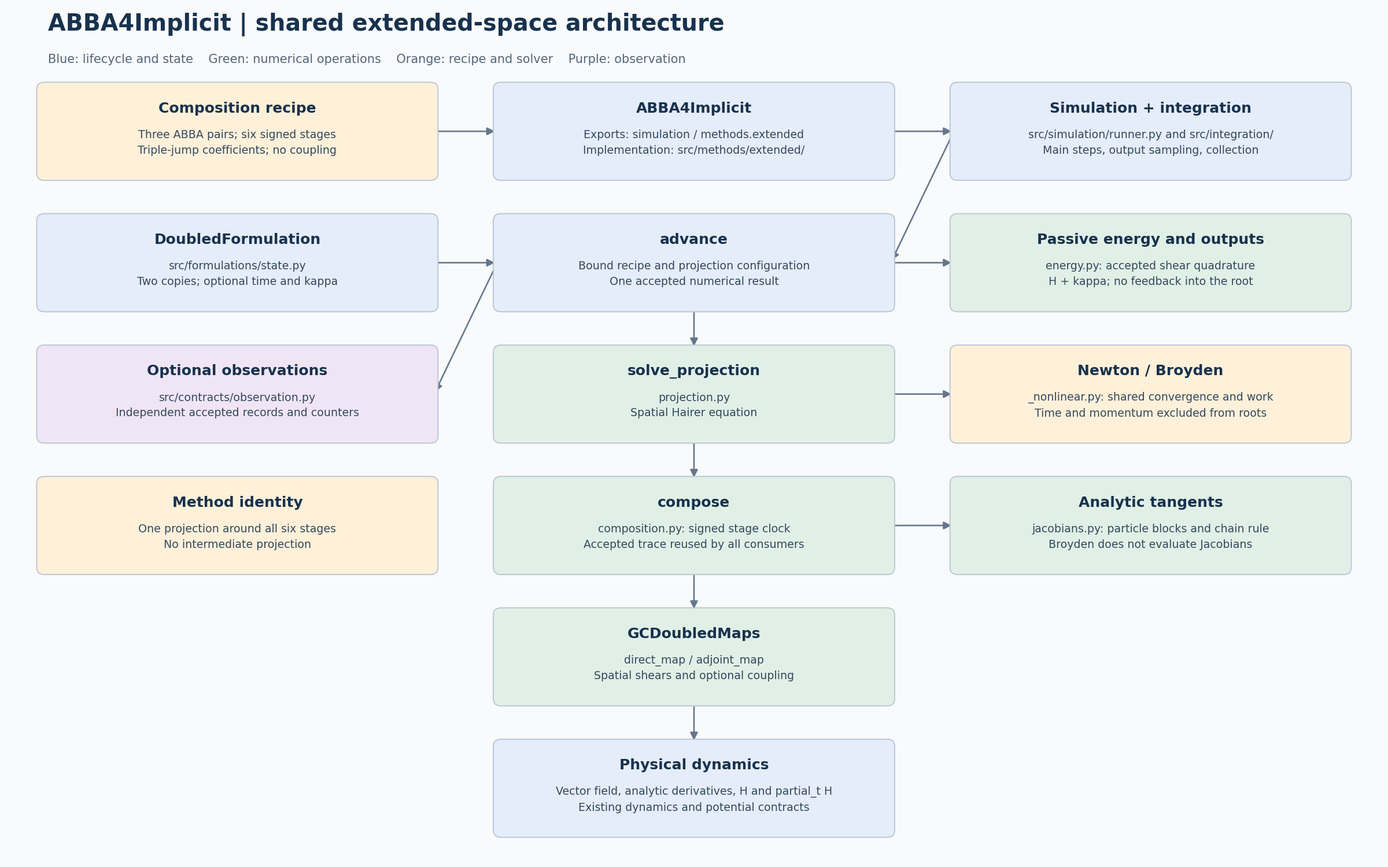
This is docs/models/abba4-implicit/simulation/abba4-implicit-simulation-architecture.png from Jugibe-52/GC2D_intranet, a PlantUML export, as it was before one commit. Its source is kept beside it as docs/models/abba4-implicit/simulation/abba4-implicit-simulation-architecture.puml.
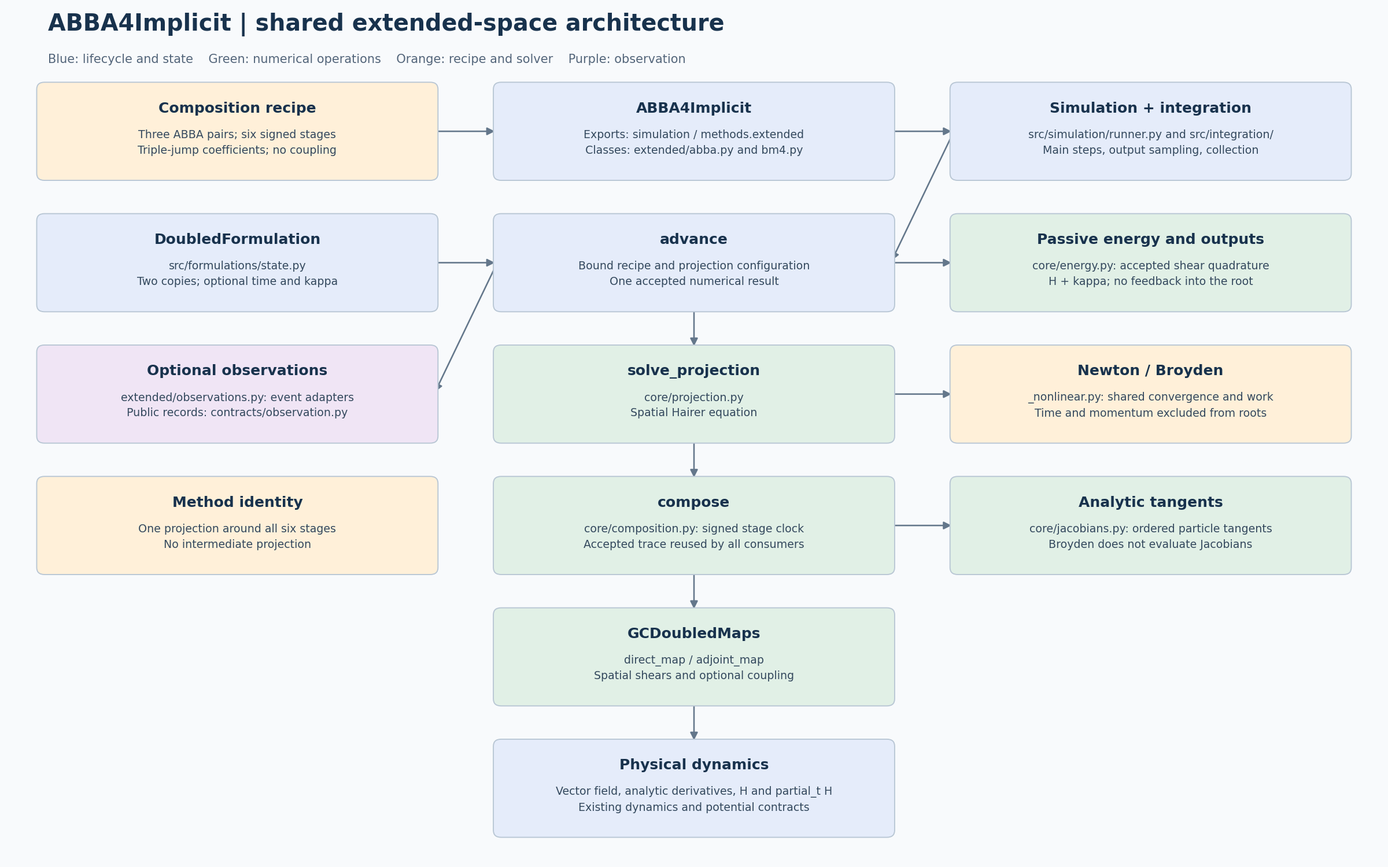
Later version of the same file.

Change to the diagram source:
```diff
@@ -3,17 +3,17 @@
   graph [rankdir=TB, bgcolor="#f8fafc"];
   node [shape=box, style="rounded,filled", fontname="DejaVu Sans"];
   recipe [label="Composition recipe\nThree ABBA pairs; six signed stages\nTriple-jump coefficients; no coupling", fillcolor="#fff0d9"];
-  method [label="ABBA4Implicit\nExports: simulation / methods.extended\nImplementation: src/methods/extended/", fillcolor="#e5ecfa"];
+  method [label="ABBA4Implicit\nExports: simulation / methods.extended\nClasses: extended/abba.py and bm4.py", fillcolor="#e5ecfa"];
   driver [label="Simulation + integration\nsrc/simulation/runner.py and src/integration/\nMain steps, output sampling, collection", fillcolor="#e5ecfa"];
   state [label="DoubledFormulation\nsrc/formulations/state.py\nTwo copies; optional time and kappa", fillcolor="#e5ecfa"];
   advance [label="advance\nBound recipe and projection configuration\nOne accepted numerical result", fillcolor="#e5ecfa"];
-  energy [label="Passive energy and outputs\nenergy.py: accepted shear quadrature\nH + kappa; no feedback into the root", fillcolor="#e1f0e6"];
-  observe [label="Optional observations\nsrc/contracts/observation.py\nIndependent accepted records and counters", fillcolor="#f0e5f5"];
-  projection [label="solve_projection\nprojection.py\nSpatial Hairer equation", fillcolor="#e1f0e6"];
+  energy [label="Passive energy and outputs\ncore/energy.py: accepted shear quadrature\nH + kappa; no feedback into the root", fillcolor="#e1f0e6"];
+  observe [label="Optional observations\nextended/observations.py: event adapters\nPublic records: contracts/observation.py", fillcolor="#f0e5f5"];
+  projection [label="solve_projection\ncore/projection.py\nSpatial Hairer equation", fillcolor="#e1f0e6"];
   solver [label="Newton / Broyden\n_nonlinear.py: shared convergence and work\nTime and momentum excluded from roots", fillcolor="#fff0d9"];
   placement [label="Method identity\nOne projection around all six stages\nNo intermediate projection", fillcolor="#fff0d9"];
-  compose [label="compose\ncomposition.py: signed stage clock\nAccepted trace reused by all consumers", fillcolor="#e1f0e6"];
-  tangent [label="Analytic tangents\njacobians.py: particle blocks and chain rule\nBroyden does not evaluate Jacobians", fillcolor="#e1f0e6"];
+  compose [label="compose\ncore/composition.py: signed stage clock\nAccepted trace reused by all consumers", fillcolor="#e1f0e6"];
+  tangent [label="Analytic tangents\ncore/jacobians.py: ordered particle tangents\nBroyden does not evaluate Jacobians", fillcolor="#e1f0e6"];
   maps [label="GCDoubledMaps\ndirect_map / adjoint_map\nSpatial shears and optional coupling", fillcolor="#e1f0e6"];
   dynamics [label="Physical dynamics\nVector field, analytic derivatives, H and partial_t H\nExisting dynamics and potential contracts", fillcolor="#e5ecfa"];
   recipe -> method;
```
